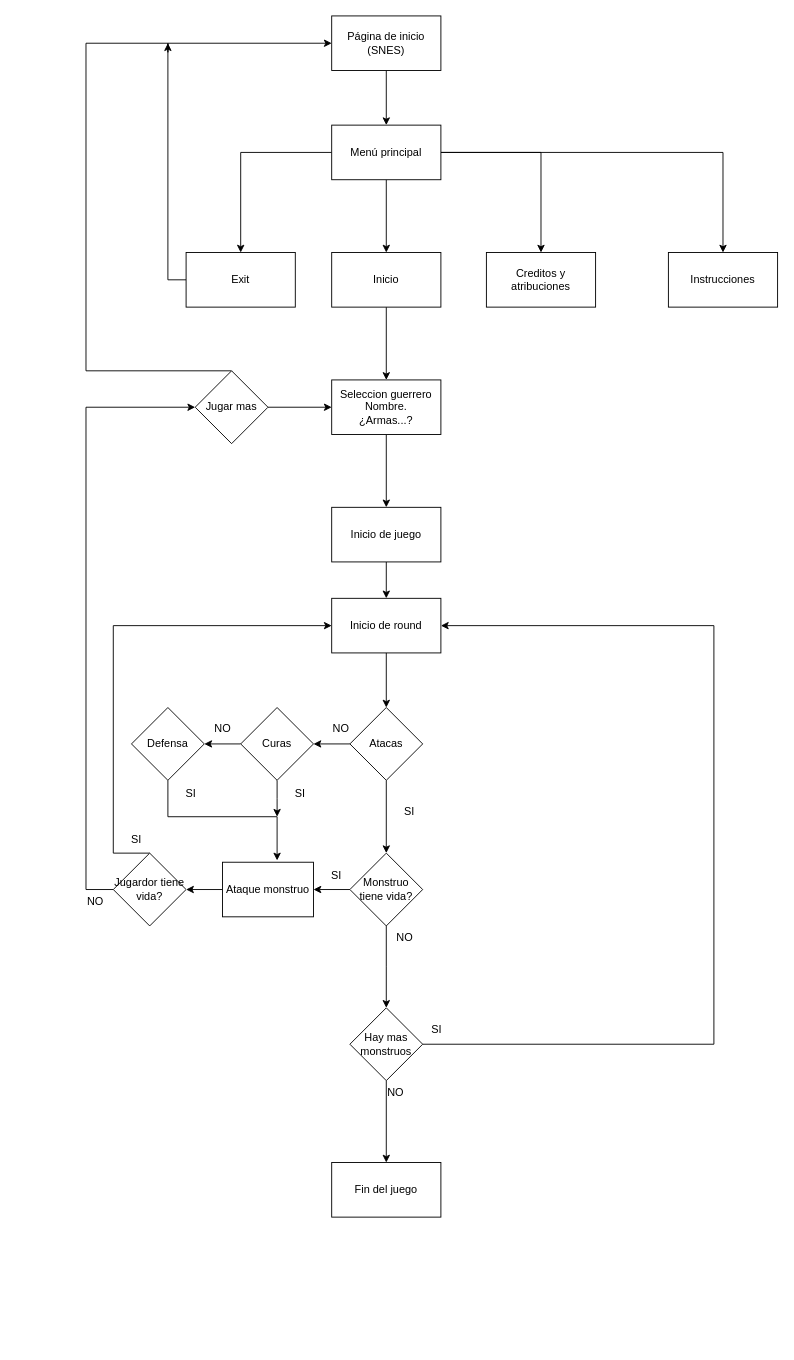
This is mapaConceptual_Ideas/diagramaProvisional.drawio from Iminguet/monsterGameV2, a draw.io file, before an edit. Source tidied: cells renumbered, new cells numbered last; positions are measured from the earlier drawing's top-left corner, leaving out a move shared by most shapes. Both pictures are drawn from the tidied source at 91%, with x=0, y=0 at pixel (76, 15).
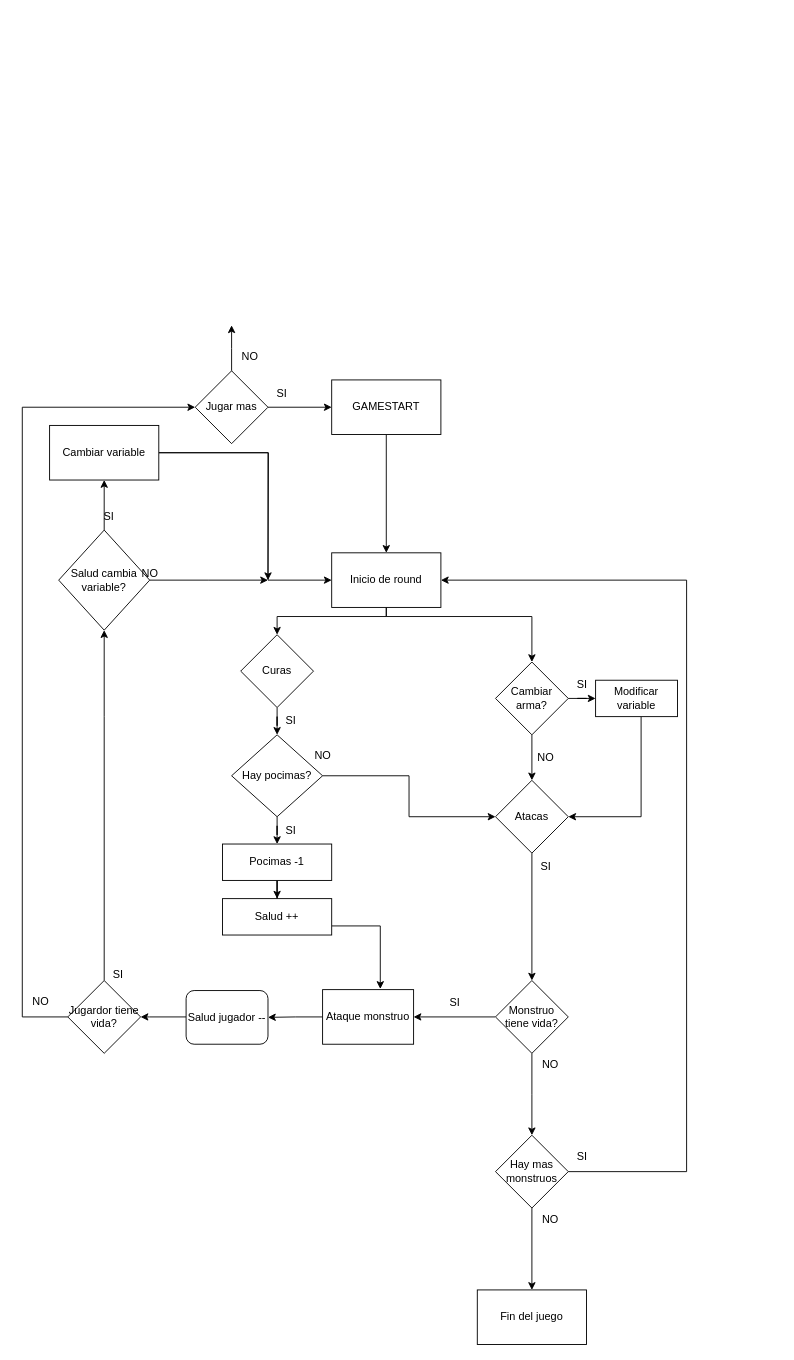
The same page after the edit.

Commit message (it also covers changes not shown here):
Se han modificado los diagramas de flujo. Se ha definido y ampliado el diagrama inGame, añadiendo acciones y condiciones Se ha definido el diagrama gameStart

Unchanged cells that the change refers to:
```xml
<mxCell id="40" value="Jugar mas" style="rhombus;whiteSpace=wrap;html=1;rounded=0;" parent="1" vertex="1">
  <mxGeometry x="130" y="390" width="80" height="80" as="geometry" />
</mxCell>
```

Change to the diagram source:
```diff
@@
-    <mxCell id="2" style="edgeStyle=orthogonalEdgeStyle;rounded=0;jettySize=auto;html=1;" parent="1" edge="1" source="3" target="8">
-      <mxGeometry relative="1" as="geometry" />
-    </mxCell>
-    <mxCell id="3" value="&lt;div&gt;Página de inicio&lt;/div&gt;&lt;div&gt;(SNES)&lt;br&gt;&lt;/div&gt;" style="rounded=0;whiteSpace=wrap;html=1;" parent="1" vertex="1">
-      <mxGeometry x="280" width="120" height="60" as="geometry" />
-    </mxCell>
-    <mxCell id="4" style="edgeStyle=orthogonalEdgeStyle;rounded=0;jettySize=auto;html=1;" parent="1" edge="1" source="8" target="10">
-      <mxGeometry relative="1" as="geometry" />
-    </mxCell>
-    <mxCell id="5" style="edgeStyle=orthogonalEdgeStyle;rounded=0;jettySize=auto;html=1;" parent="1" edge="1" source="8" target="12">
-      <mxGeometry relative="1" as="geometry" />
-    </mxCell>
-    <mxCell id="6" style="edgeStyle=orthogonalEdgeStyle;rounded=0;jettySize=auto;html=1;" parent="1" edge="1" source="8" target="13">
-      <mxGeometry relative="1" as="geometry" />
-    </mxCell>
-    <mxCell id="7" style="edgeStyle=orthogonalEdgeStyle;rounded=0;jettySize=auto;html=1;" parent="1" edge="1" source="8" target="14">
-      <mxGeometry relative="1" as="geometry" />
-    </mxCell>
-    <mxCell id="8" value="Menú principal" style="rounded=0;whiteSpace=wrap;html=1;" parent="1" vertex="1">
-      <mxGeometry x="280" y="120" width="120" height="60" as="geometry" />
-    </mxCell>
-    <mxCell id="9" style="edgeStyle=orthogonalEdgeStyle;rounded=0;jettySize=auto;html=1;exitX=0;exitY=0.5;exitDx=0;exitDy=0;entryX=0;entryY=0.5;entryDx=0;entryDy=0;" parent="1" edge="1" source="10" target="3">
-      <mxGeometry relative="1" as="geometry" />
-    </mxCell>
-    <mxCell id="10" value="Exit" style="whiteSpace=wrap;html=1;rounded=0;" parent="1" vertex="1">
-      <mxGeometry x="120" y="260" width="120" height="60" as="geometry" />
-    </mxCell>
-    <mxCell id="11" style="edgeStyle=orthogonalEdgeStyle;rounded=0;jettySize=auto;html=1;" parent="1" edge="1" source="12" target="16">
-      <mxGeometry relative="1" as="geometry" />
-    </mxCell>
-    <mxCell id="12" value="Inicio" style="whiteSpace=wrap;html=1;rounded=0;" parent="1" vertex="1">
-      <mxGeometry x="280" y="260" width="120" height="60" as="geometry" />
-    </mxCell>
-    <mxCell id="13" value="Creditos y atribuciones" style="whiteSpace=wrap;html=1;rounded=0;" parent="1" vertex="1">
-      <mxGeometry x="450" y="260" width="120" height="60" as="geometry" />
-    </mxCell>
-    <mxCell id="14" value="Instrucciones" style="whiteSpace=wrap;html=1;rounded=0;" parent="1" vertex="1">
-      <mxGeometry x="650" y="260" width="120" height="60" as="geometry" />
-    </mxCell>
-    <mxCell id="15" style="edgeStyle=orthogonalEdgeStyle;rounded=0;jettySize=auto;html=1;" parent="1" edge="1" source="16" target="19">
+    <mxCell id="15" style="edgeStyle=orthogonalEdgeStyle;rounded=0;jettySize=auto;html=1;entryX=0.5;entryY=0;entryDx=0;entryDy=0;" parent="1" edge="1" source="16" target="28">
       <mxGeometry relative="1" as="geometry" />
     </mxCell>
-    <mxCell id="16" value="&lt;div&gt;Seleccion guerrero&lt;br&gt;Nombre.&lt;br&gt;¿Armas...?&lt;br&gt;&lt;/div&gt;" style="whiteSpace=wrap;html=1;rounded=0;" parent="1" vertex="1">
+    <mxCell id="16" value="GAMESTART" style="whiteSpace=wrap;html=1;rounded=0;" parent="1" vertex="1">
       <mxGeometry x="280" y="400" width="120" height="60" as="geometry" />
     </mxCell>
-    <mxCell id="17" style="edgeStyle=orthogonalEdgeStyle;rounded=0;jettySize=auto;html=1;" parent="1" edge="1" target="22">
+    <mxCell id="17" style="edgeStyle=orthogonalEdgeStyle;rounded=0;jettySize=auto;html=1;exitX=0.5;exitY=1;exitDx=0;exitDy=0;entryX=0.5;entryY=0;entryDx=0;entryDy=0;" parent="1" edge="1" source="28" target="76">
       <mxGeometry relative="1" as="geometry">
-        <mxPoint x="330" y="650" as="sourcePoint" />
         <Array as="points">
           <mxPoint x="340" y="660" />
-          <mxPoint x="340" y="660" />
+          <mxPoint x="500" y="660" />
         </Array>
       </mxGeometry>
     </mxCell>
-    <mxCell id="18" style="edgeStyle=orthogonalEdgeStyle;rounded=0;jettySize=auto;html=1;" parent="1" edge="1" source="19" target="28">
-      <mxGeometry relative="1" as="geometry" />
-    </mxCell>
-    <mxCell id="19" value="Inicio de juego&lt;br&gt;" style="whiteSpace=wrap;html=1;rounded=0;" parent="1" vertex="1">
-      <mxGeometry x="280" y="540" width="120" height="60" as="geometry" />
-    </mxCell>
-    <mxCell id="20" style="edgeStyle=orthogonalEdgeStyle;rounded=0;jettySize=auto;html=1;" parent="1" edge="1" source="22" target="25">
-      <mxGeometry relative="1" as="geometry" />
-    </mxCell>
-    <mxCell id="21" style="edgeStyle=orthogonalEdgeStyle;rounded=0;jettySize=auto;html=1;" parent="1" edge="1" source="22" target="31">
-      <mxGeometry relative="1" as="geometry" />
+    <mxCell id="21" style="edgeStyle=orthogonalEdgeStyle;rounded=0;jettySize=auto;html=1;exitX=0.5;exitY=1;exitDx=0;exitDy=0;" parent="1" edge="1" source="22" target="31">
+      <mxGeometry relative="1" as="geometry">
+        <Array as="points">
+          <mxPoint x="500" y="1100" />
+        </Array>
+      </mxGeometry>
     </mxCell>
     <mxCell id="22" value="Atacas" style="rhombus;whiteSpace=wrap;html=1;rounded=0;" parent="1" vertex="1">
-      <mxGeometry x="300" y="760" width="80" height="80" as="geometry" />
+      <mxGeometry x="460" y="840" width="80" height="80" as="geometry" />
     </mxCell>
-    <mxCell id="23" style="edgeStyle=orthogonalEdgeStyle;rounded=0;jettySize=auto;html=1;" parent="1" edge="1" source="25" target="27">
-      <mxGeometry relative="1" as="geometry" />
-    </mxCell>
-    <mxCell id="24" style="edgeStyle=orthogonalEdgeStyle;rounded=0;jettySize=auto;html=1;" parent="1" edge="1" source="25">
-      <mxGeometry relative="1" as="geometry">
-        <mxPoint x="220" y="880" as="targetPoint" />
-      </mxGeometry>
-    </mxCell>
+    <mxCell id="55" style="edgeStyle=orthogonalEdgeStyle;rounded=0;jettySize=auto;html=1;" parent="1" edge="1" source="25" target="62">
+      <mxGeometry relative="1" as="geometry" />
+    </mxCell>
     <mxCell id="25" value="Curas" style="rhombus;whiteSpace=wrap;html=1;rounded=0;" parent="1" vertex="1">
-      <mxGeometry x="180" y="760" width="80" height="80" as="geometry" />
+      <mxGeometry x="180" y="680" width="80" height="80" as="geometry" />
     </mxCell>
-    <mxCell id="26" style="edgeStyle=orthogonalEdgeStyle;rounded=0;jettySize=auto;html=1;entryX=0.6;entryY=-0.033;entryDx=0;entryDy=0;entryPerimeter=0;" parent="1" edge="1" source="27" target="34">
-      <mxGeometry relative="1" as="geometry">
-        <Array as="points">
-          <mxPoint x="100" y="880" />
-          <mxPoint x="220" y="880" />
-        </Array>
-      </mxGeometry>
-    </mxCell>
-    <mxCell id="27" value="Defensa" style="rhombus;whiteSpace=wrap;html=1;rounded=0;" parent="1" vertex="1">
-      <mxGeometry x="60" y="760" width="80" height="80" as="geometry" />
-    </mxCell>
+    <mxCell id="56" style="edgeStyle=orthogonalEdgeStyle;rounded=0;jettySize=auto;html=1;" parent="1" edge="1" source="28" target="25">
+      <mxGeometry relative="1" as="geometry">
+        <Array as="points">
+          <mxPoint x="340" y="660" />
+          <mxPoint x="220" y="660" />
+        </Array>
+      </mxGeometry>
+    </mxCell>
     <mxCell id="28" value="Inicio de round" style="whiteSpace=wrap;html=1;rounded=0;" parent="1" vertex="1">
-      <mxGeometry x="280" y="640" width="120" height="60" as="geometry" />
+      <mxGeometry x="280" y="590" width="120" height="60" as="geometry" />
     </mxCell>
     <mxCell id="29" style="edgeStyle=orthogonalEdgeStyle;rounded=0;jettySize=auto;html=1;" parent="1" edge="1" source="31">
       <mxGeometry relative="1" as="geometry">
-        <mxPoint x="340" y="1090" as="targetPoint" />
+        <mxPoint x="500" y="1230" as="targetPoint" />
       </mxGeometry>
     </mxCell>
@@
     <mxCell id="31" value="Monstruo tiene vida?" style="rhombus;whiteSpace=wrap;html=1;rounded=0;" parent="1" vertex="1">
-      <mxGeometry x="300" y="920" width="80" height="80" as="geometry" />
+      <mxGeometry x="460" y="1060" width="80" height="80" as="geometry" />
     </mxCell>
     <mxCell id="32" style="edgeStyle=orthogonalEdgeStyle;rounded=0;jettySize=auto;html=1;entryX=1;entryY=0.5;entryDx=0;entryDy=0;exitX=1;exitY=0.5;exitDx=0;exitDy=0;" parent="1" edge="1" source="51" target="28">
       <mxGeometry relative="1" as="geometry">
         <Array as="points">
-          <mxPoint x="700" y="1130" />
-          <mxPoint x="700" y="670" />
+          <mxPoint x="670" y="1270" />
+          <mxPoint x="670" y="620" />
         </Array>
       </mxGeometry>
     </mxCell>
-    <mxCell id="33" style="edgeStyle=orthogonalEdgeStyle;rounded=0;jettySize=auto;html=1;" parent="1" edge="1" source="34" target="37">
-      <mxGeometry relative="1" as="geometry" />
-    </mxCell>
+    <mxCell id="57" style="edgeStyle=orthogonalEdgeStyle;rounded=0;jettySize=auto;html=1;" parent="1" edge="1" source="34" target="85">
+      <mxGeometry relative="1" as="geometry" />
+    </mxCell>
     <mxCell id="34" value="Ataque monstruo" style="whiteSpace=wrap;html=1;rounded=0;" parent="1" vertex="1">
-      <mxGeometry x="160" y="930" width="100" height="60" as="geometry" />
+      <mxGeometry x="270" y="1070" width="100" height="60" as="geometry" />
     </mxCell>
-    <mxCell id="35" style="edgeStyle=orthogonalEdgeStyle;rounded=0;jettySize=auto;html=1;entryX=0;entryY=0.5;entryDx=0;entryDy=0;exitX=0.5;exitY=0;exitDx=0;exitDy=0;" parent="1" edge="1" source="37" target="28">
-      <mxGeometry relative="1" as="geometry">
-        <Array as="points">
-          <mxPoint x="40" y="920" />
-          <mxPoint x="40" y="670" />
-        </Array>
-      </mxGeometry>
-    </mxCell>
+    <mxCell id="58" style="edgeStyle=orthogonalEdgeStyle;rounded=0;jettySize=auto;html=1;" parent="1" edge="1" source="37" target="68">
+      <mxGeometry relative="1" as="geometry">
+        <Array as="points">
+          <mxPoint x="30" y="770" />
+          <mxPoint x="30" y="770" />
+        </Array>
+      </mxGeometry>
+    </mxCell>
     <mxCell id="36" style="edgeStyle=orthogonalEdgeStyle;rounded=0;jettySize=auto;html=1;entryX=0;entryY=0.5;entryDx=0;entryDy=0;" parent="1" edge="1" source="37" target="40">
       <mxGeometry relative="1" as="geometry">
         <Array as="points">
-          <mxPoint x="10" y="960" />
-          <mxPoint x="10" y="430" />
-          <mxPoint x="130" y="430" />
+          <mxPoint x="-60" y="1100" />
+          <mxPoint x="-60" y="430" />
         </Array>
       </mxGeometry>
     </mxCell>
     <mxCell id="37" value="&lt;div&gt;Jugardor tiene vida?&lt;/div&gt;" style="rhombus;whiteSpace=wrap;html=1;rounded=0;" parent="1" vertex="1">
-      <mxGeometry x="40" y="920" width="80" height="80" as="geometry" />
+      <mxGeometry x="-10" y="1060" width="80" height="80" as="geometry" />
     </mxCell>
@@
-    <mxCell id="39" style="edgeStyle=orthogonalEdgeStyle;rounded=0;jettySize=auto;html=1;" parent="1" edge="1" source="40">
-      <mxGeometry relative="1" as="geometry">
-        <mxPoint x="100" y="30" as="targetPoint" />
-        <Array as="points">
-          <mxPoint x="10" y="390" />
-          <mxPoint x="10" y="30" />
-          <mxPoint x="100" y="30" />
-          <mxPoint x="100" y="40" />
-        </Array>
-      </mxGeometry>
-    </mxCell>
+    <mxCell id="59" style="edgeStyle=orthogonalEdgeStyle;rounded=0;jettySize=auto;html=1;" parent="1" edge="1" source="40">
+      <mxGeometry relative="1" as="geometry">
+        <mxPoint x="170" y="340" as="targetPoint" />
+      </mxGeometry>
+    </mxCell>
@@
-    <mxCell id="41" value="&lt;div&gt;SI&lt;/div&gt;" style="text;html=1;align=center;verticalAlign=middle;strokeColor=none;fillColor=none;" parent="1" vertex="1">
-      <mxGeometry x="350" y="860" width="30" height="30" as="geometry" />
-    </mxCell>
-    <mxCell id="42" value="&lt;div&gt;NO&lt;/div&gt;&lt;div&gt;&lt;br&gt;&lt;/div&gt;" style="text;html=1;align=center;verticalAlign=middle;strokeColor=none;fillColor=none;" parent="1" vertex="1">
-      <mxGeometry x="270" y="770" width="40" height="40" as="geometry" />
-    </mxCell>
-    <mxCell id="43" value="&lt;div&gt;NO&lt;/div&gt;&lt;div&gt;&lt;br&gt;&lt;/div&gt;" style="text;html=1;align=center;verticalAlign=middle;strokeColor=none;fillColor=none;" parent="1" vertex="1">
-      <mxGeometry x="140" y="770" width="40" height="40" as="geometry" />
-    </mxCell>
-    <mxCell id="44" value="&lt;div&gt;SI&lt;/div&gt;" style="text;html=1;align=center;verticalAlign=middle;strokeColor=none;fillColor=none;" parent="1" vertex="1">
-      <mxGeometry x="230" y="840" width="30" height="30" as="geometry" />
-    </mxCell>
-    <mxCell id="45" value="&lt;div&gt;SI&lt;/div&gt;" style="text;html=1;align=center;verticalAlign=middle;strokeColor=none;fillColor=none;" parent="1" vertex="1">
-      <mxGeometry x="110" y="840" width="30" height="30" as="geometry" />
-    </mxCell>
     <mxCell id="46" value="&lt;div&gt;SI&lt;/div&gt;" style="text;html=1;align=center;verticalAlign=middle;strokeColor=none;fillColor=none;" parent="1" vertex="1">
-      <mxGeometry x="270" y="930" width="30" height="30" as="geometry" />
+      <mxGeometry x="400" y="1069" width="30" height="30" as="geometry" />
     </mxCell>
-    <mxCell id="47" value="&lt;div&gt;SI&lt;/div&gt;" style="text;html=1;align=center;verticalAlign=middle;strokeColor=none;fillColor=none;" parent="1" vertex="1">
-      <mxGeometry x="50" y="890" width="30" height="30" as="geometry" />
-    </mxCell>
     <mxCell id="48" value="&lt;div&gt;NO&lt;/div&gt;&lt;div&gt;&lt;br&gt;&lt;/div&gt;" style="text;html=1;align=center;verticalAlign=middle;strokeColor=none;fillColor=none;" parent="1" vertex="1">
-      <mxGeometry y="960" width="40" height="40" as="geometry" />
+      <mxGeometry x="-60" y="1070" width="40" height="40" as="geometry" />
     </mxCell>
     <mxCell id="49" value="&lt;div&gt;NO&lt;/div&gt;&lt;div&gt;&lt;br&gt;&lt;/div&gt;" style="text;html=1;align=center;verticalAlign=middle;strokeColor=none;fillColor=none;" parent="1" vertex="1">
-      <mxGeometry x="340" y="1000" width="40" height="40" as="geometry" />
+      <mxGeometry x="500" y="1140" width="40" height="40" as="geometry" />
     </mxCell>
@@
     <mxCell id="51" value="Hay mas monstruos" style="rhombus;whiteSpace=wrap;html=1;" parent="1" vertex="1">
-      <mxGeometry x="300" y="1090" width="80" height="80" as="geometry" />
+      <mxGeometry x="460" y="1230" width="80" height="80" as="geometry" />
     </mxCell>
     <mxCell id="52" value="&lt;div&gt;SI&lt;/div&gt;" style="text;html=1;align=center;verticalAlign=middle;strokeColor=none;fillColor=none;" parent="1" vertex="1">
-      <mxGeometry x="380" y="1099" width="30" height="30" as="geometry" />
+      <mxGeometry x="540" y="1239" width="30" height="30" as="geometry" />
     </mxCell>
     <mxCell id="53" value="&lt;div&gt;NO&lt;/div&gt;&lt;div&gt;&lt;br&gt;&lt;/div&gt;" style="text;html=1;align=center;verticalAlign=middle;strokeColor=none;fillColor=none;" parent="1" vertex="1">
-      <mxGeometry x="330" y="1170" width="40" height="40" as="geometry" />
+      <mxGeometry x="500" y="1310" width="40" height="40" as="geometry" />
     </mxCell>
     <mxCell id="54" value="Fin del juego" style="whiteSpace=wrap;html=1;" parent="1" vertex="1">
-      <mxGeometry x="280" y="1260" width="120" height="60" as="geometry" />
+      <mxGeometry x="440" y="1400" width="120" height="60" as="geometry" />
     </mxCell>
+    <mxCell id="60" style="edgeStyle=orthogonalEdgeStyle;rounded=0;jettySize=auto;html=1;entryX=0;entryY=0.5;entryDx=0;entryDy=0;" parent="1" edge="1" source="62" target="22">
+      <mxGeometry relative="1" as="geometry" />
+    </mxCell>
+    <mxCell id="61" style="edgeStyle=orthogonalEdgeStyle;rounded=0;jettySize=auto;html=1;" parent="1" edge="1" source="62" target="65">
+      <mxGeometry relative="1" as="geometry" />
+    </mxCell>
+    <mxCell id="62" value="Hay pocimas?" style="rhombus;whiteSpace=wrap;html=1;rounded=0;" parent="1" vertex="1">
+      <mxGeometry x="170" y="790" width="100" height="90" as="geometry" />
+    </mxCell>
+    <mxCell id="63" value="&lt;div&gt;NO&lt;/div&gt;&lt;div&gt;&lt;br&gt;&lt;/div&gt;" style="text;html=1;align=center;verticalAlign=middle;strokeColor=none;fillColor=none;" parent="1" vertex="1">
+      <mxGeometry x="250" y="800" width="40" height="40" as="geometry" />
+    </mxCell>
+    <mxCell id="64" style="edgeStyle=orthogonalEdgeStyle;rounded=0;jettySize=auto;html=1;" parent="1" edge="1" source="65" target="88">
+      <mxGeometry relative="1" as="geometry" />
+    </mxCell>
+    <mxCell id="65" value="Pocimas -1" style="whiteSpace=wrap;html=1;rounded=0;" parent="1" vertex="1">
+      <mxGeometry x="160" y="910" width="120" height="40" as="geometry" />
+    </mxCell>
+    <mxCell id="66" style="edgeStyle=orthogonalEdgeStyle;rounded=0;jettySize=auto;html=1;" parent="1" edge="1" source="68" target="72">
+      <mxGeometry relative="1" as="geometry" />
+    </mxCell>
+    <mxCell id="67" style="edgeStyle=orthogonalEdgeStyle;rounded=0;jettySize=auto;html=1;" parent="1" edge="1" source="68">
+      <mxGeometry relative="1" as="geometry">
+        <mxPoint x="210" y="620" as="targetPoint" />
+      </mxGeometry>
+    </mxCell>
+    <mxCell id="68" value="Salud cambia variable?" style="rhombus;whiteSpace=wrap;html=1;rounded=0;" parent="1" vertex="1">
+      <mxGeometry x="-20" y="565" width="100" height="110" as="geometry" />
+    </mxCell>
+    <mxCell id="69" value="&lt;div&gt;NO&lt;/div&gt;&lt;div&gt;&lt;br&gt;&lt;/div&gt;" style="text;html=1;align=center;verticalAlign=middle;strokeColor=none;fillColor=none;" parent="1" vertex="1">
+      <mxGeometry x="60" y="600" width="40" height="40" as="geometry" />
+    </mxCell>
+    <mxCell id="70" style="edgeStyle=orthogonalEdgeStyle;rounded=0;jettySize=auto;html=1;entryX=0;entryY=0.5;entryDx=0;entryDy=0;" parent="1" edge="1" source="72" target="28">
+      <mxGeometry relative="1" as="geometry">
+        <Array as="points">
+          <mxPoint x="210" y="480" />
+          <mxPoint x="210" y="620" />
+        </Array>
+      </mxGeometry>
+    </mxCell>
+    <mxCell id="71" style="edgeStyle=orthogonalEdgeStyle;rounded=0;jettySize=auto;html=1;" parent="1" edge="1" source="72">
+      <mxGeometry relative="1" as="geometry">
+        <mxPoint x="210" y="620" as="targetPoint" />
+      </mxGeometry>
+    </mxCell>
+    <mxCell id="72" value="Cambiar variable" style="whiteSpace=wrap;html=1;rounded=0;" parent="1" vertex="1">
+      <mxGeometry x="-30" y="450" width="120" height="60" as="geometry" />
+    </mxCell>
+    <mxCell id="73" value="SI&lt;br&gt;" style="text;html=1;align=center;verticalAlign=middle;strokeColor=none;fillColor=none;" parent="1" vertex="1">
+      <mxGeometry x="20" y="535" width="30" height="30" as="geometry" />
+    </mxCell>
+    <mxCell id="74" style="edgeStyle=orthogonalEdgeStyle;rounded=0;jettySize=auto;html=1;entryX=0.5;entryY=0;entryDx=0;entryDy=0;" parent="1" edge="1" source="76" target="22">
+      <mxGeometry relative="1" as="geometry" />
+    </mxCell>
+    <mxCell id="75" style="edgeStyle=orthogonalEdgeStyle;rounded=0;jettySize=auto;html=1;" parent="1" edge="1" source="76" target="78">
+      <mxGeometry relative="1" as="geometry" />
+    </mxCell>
+    <mxCell id="76" value="Cambiar arma?" style="rhombus;whiteSpace=wrap;html=1;rounded=0;" parent="1" vertex="1">
+      <mxGeometry x="460" y="710" width="80" height="80" as="geometry" />
+    </mxCell>
+    <mxCell id="77" style="edgeStyle=orthogonalEdgeStyle;rounded=0;jettySize=auto;html=1;entryX=1;entryY=0.5;entryDx=0;entryDy=0;" parent="1" edge="1" source="78" target="22">
+      <mxGeometry relative="1" as="geometry">
+        <Array as="points">
+          <mxPoint x="620" y="880" />
+        </Array>
+      </mxGeometry>
+    </mxCell>
+    <mxCell id="78" value="Modificar variable" style="whiteSpace=wrap;html=1;rounded=0;" parent="1" vertex="1">
+      <mxGeometry x="570" y="730" width="90" height="40" as="geometry" />
+    </mxCell>
+    <mxCell id="79" value="SI" style="text;html=1;align=center;verticalAlign=middle;strokeColor=none;fillColor=none;" parent="1" vertex="1">
+      <mxGeometry x="540" y="720" width="30" height="30" as="geometry" />
+    </mxCell>
+    <mxCell id="80" value="NO" style="text;html=1;align=center;verticalAlign=middle;strokeColor=none;fillColor=none;" parent="1" vertex="1">
+      <mxGeometry x="495" y="800" width="40" height="30" as="geometry" />
+    </mxCell>
+    <mxCell id="81" value="SI&lt;br&gt;" style="text;html=1;align=center;verticalAlign=middle;strokeColor=none;fillColor=none;" parent="1" vertex="1">
+      <mxGeometry x="220" y="760" width="30" height="30" as="geometry" />
+    </mxCell>
+    <mxCell id="82" value="SI&lt;br&gt;" style="text;html=1;align=center;verticalAlign=middle;strokeColor=none;fillColor=none;" parent="1" vertex="1">
+      <mxGeometry x="220" y="880" width="30" height="30" as="geometry" />
+    </mxCell>
+    <mxCell id="83" value="SI" style="text;html=1;align=center;verticalAlign=middle;strokeColor=none;fillColor=none;" parent="1" vertex="1">
+      <mxGeometry x="500" y="920" width="30" height="30" as="geometry" />
+    </mxCell>
+    <mxCell id="84" style="edgeStyle=orthogonalEdgeStyle;rounded=0;jettySize=auto;html=1;" parent="1" edge="1" source="85">
+      <mxGeometry relative="1" as="geometry">
+        <mxPoint x="70" y="1100" as="targetPoint" />
+        <Array as="points">
+          <mxPoint x="80" y="1101" />
+        </Array>
+      </mxGeometry>
+    </mxCell>
+    <mxCell id="85" value="Salud jugador --" style="rounded=1;whiteSpace=wrap;html=1;" parent="1" vertex="1">
+      <mxGeometry x="120" y="1071" width="90" height="59" as="geometry" />
+    </mxCell>
+    <mxCell id="86" value="&lt;div&gt;SI&lt;/div&gt;" style="text;html=1;align=center;verticalAlign=middle;strokeColor=none;fillColor=none;" parent="1" vertex="1">
+      <mxGeometry x="30" y="1039" width="30" height="30" as="geometry" />
+    </mxCell>
+    <mxCell id="87" style="edgeStyle=orthogonalEdgeStyle;rounded=0;jettySize=auto;html=1;entryX=0.634;entryY=-0.013;entryDx=0;entryDy=0;entryPerimeter=0;exitX=1;exitY=0.75;exitDx=0;exitDy=0;" parent="1" edge="1" source="88" target="34">
+      <mxGeometry relative="1" as="geometry" />
+    </mxCell>
+    <mxCell id="88" value="Salud ++" style="whiteSpace=wrap;html=1;rounded=0;" parent="1" vertex="1">
+      <mxGeometry x="160" y="970" width="120" height="40" as="geometry" />
+    </mxCell>
+    <mxCell id="89" value="NO" style="text;html=1;align=center;verticalAlign=middle;strokeColor=none;fillColor=none;" parent="1" vertex="1">
+      <mxGeometry x="170" y="360" width="40" height="30" as="geometry" />
+    </mxCell>
+    <mxCell id="90" value="SI" style="text;html=1;align=center;verticalAlign=middle;strokeColor=none;fillColor=none;" parent="1" vertex="1">
+      <mxGeometry x="210" y="400" width="30" height="30" as="geometry" />
+    </mxCell>
```
